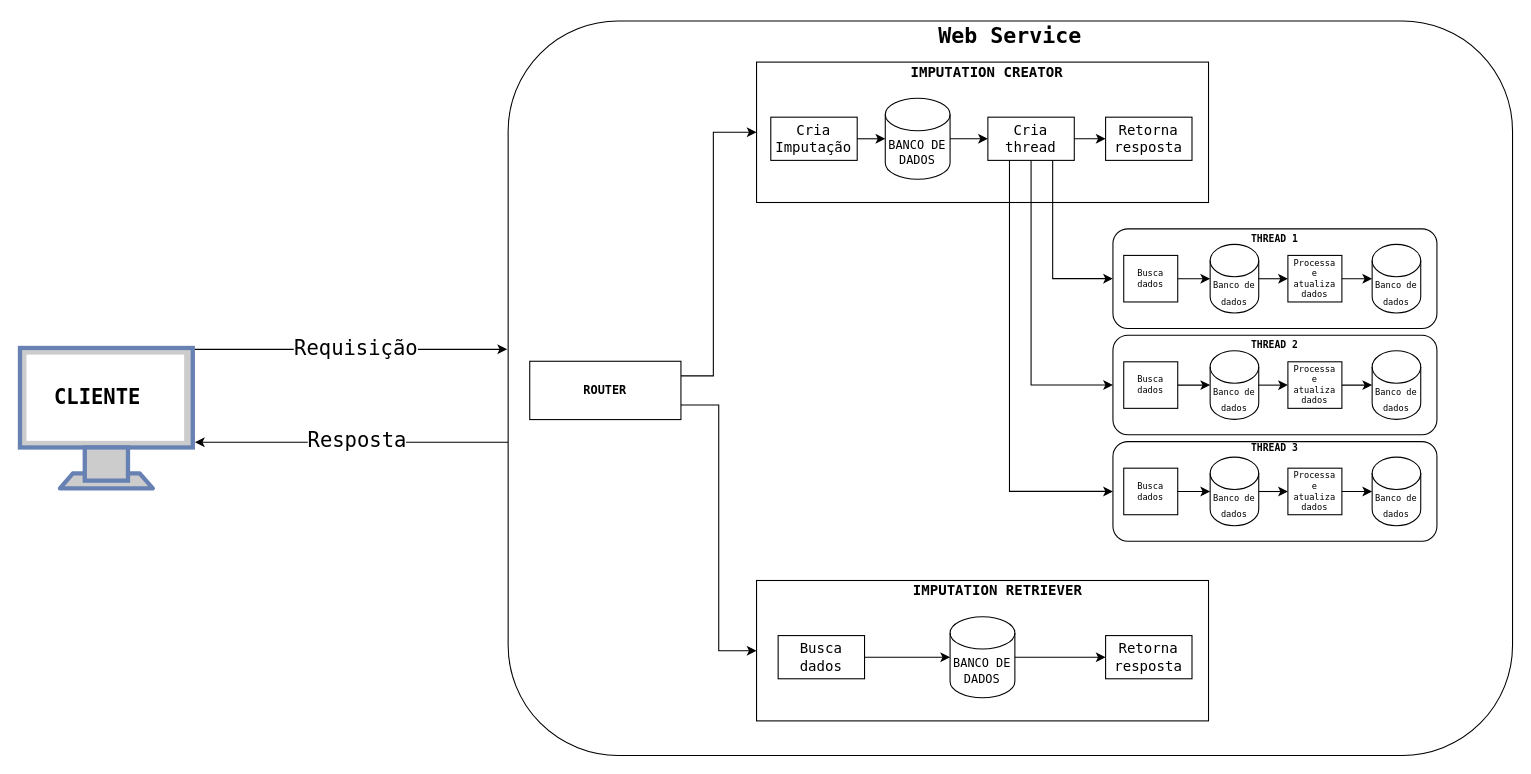
This is images/Architecture.drawio from j-abreu/imputation-web-service, a draw.io file, before an edit. Source tidied: cells renumbered, new cells numbered last; positions are measured from the earlier drawing's top-left corner, leaving out a move shared by most shapes. Both pictures are drawn from the tidied source at 108%, with x=0, y=0 at pixel (19, 18).
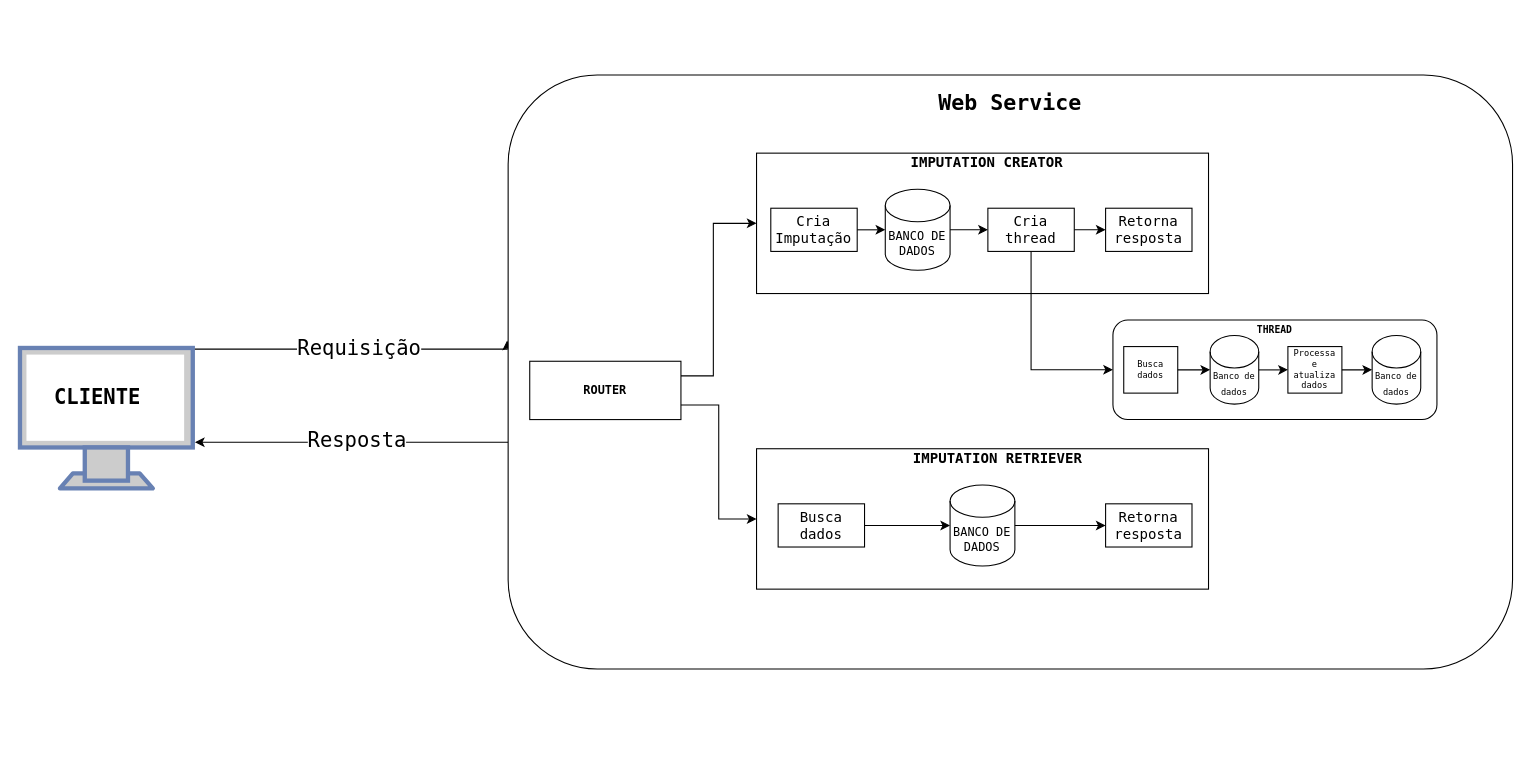
The same diagram, later.

Unchanged cells that the change refers to:
```xml
<mxCell id="11" style="rounded=0;whiteSpace=wrap;html=1;fontFamily=Lucida Console;" parent="10" vertex="1">
  <mxGeometry y="4" width="418.5" height="130" as="geometry" />
</mxCell>
<mxCell id="16" value="Cria thread" style="rounded=0;whiteSpace=wrap;html=1;fontFamily=Lucida Console;fontSize=13;" parent="10" vertex="1">
  <mxGeometry x="214.2" y="55" width="80" height="40" as="geometry" />
</mxCell>
<mxCell id="21" style="rounded=1;whiteSpace=wrap;html=1;fontFamily=Lucida Console;fontSize=12;" parent="20" vertex="1">
  <mxGeometry width="300" height="92.2" as="geometry" />
</mxCell>
<mxCell id="51" value="ROUTER" style="rounded=0;whiteSpace=wrap;html=1;fontFamily=Lucida Console;fontSize=11;fontStyle=1;" parent="1" vertex="1">
  <mxGeometry x="472" y="317" width="140" height="54" as="geometry" />
</mxCell>
```

Diff of the diagram source:
```diff
@@
     <mxCell id="8" style="rounded=1;whiteSpace=wrap;html=1;" parent="1" vertex="1">
-      <mxGeometry x="452" y="2" width="930" height="680" as="geometry" />
+      <mxGeometry x="452" y="52" width="930" height="550" as="geometry" />
     </mxCell>
     <mxCell id="9" value="Web Service" style="text;html=1;strokeColor=none;fillColor=none;align=center;verticalAlign=middle;whiteSpace=wrap;rounded=0;fontFamily=Lucida Console;fontSize=20;fontStyle=1;" parent="1" vertex="1">
-      <mxGeometry x="847" width="140" height="30" as="geometry" />
+      <mxGeometry x="847" y="62" width="140" height="30" as="geometry" />
     </mxCell>
     <mxCell id="10" style="group;fontFamily=Lucida Console;" parent="1" vertex="1">
-      <mxGeometry x="682" y="36" width="418.5" height="134" as="geometry" />
+      <mxGeometry x="682" y="120.3" width="418.5" height="134" as="geometry" />
     </mxCell>
@@
     <mxCell id="20" style="group;fontSize=14;fontFamily=Lucida Console;" parent="1" vertex="1">
-      <mxGeometry x="1012" y="194.4" width="300" height="92.2" as="geometry" />
+      <mxGeometry x="1012" y="278.8" width="300" height="92.2" as="geometry" />
     </mxCell>
@@
-    <mxCell id="29" value="THREAD 1" style="text;html=1;strokeColor=none;fillColor=none;align=center;verticalAlign=middle;whiteSpace=wrap;rounded=0;fontFamily=Lucida Console;fontSize=9;fontStyle=1;" parent="20" vertex="1">
+    <mxCell id="29" value="THREAD" style="text;html=1;strokeColor=none;fillColor=none;align=center;verticalAlign=middle;whiteSpace=wrap;rounded=0;fontFamily=Lucida Console;fontSize=9;fontStyle=1;" parent="20" vertex="1">
       <mxGeometry x="120" y="-5.4" width="60" height="30" as="geometry" />
     </mxCell>
-    <mxCell id="30" style="group;fontFamily=Lucida Console;fontStyle=1;" parent="1" vertex="1">
-      <mxGeometry x="1012" y="292.9" width="300" height="92.2" as="geometry" />
-    </mxCell>
-    <mxCell id="31" style="rounded=1;whiteSpace=wrap;html=1;fontFamily=Lucida Console;fontSize=12;" parent="30" vertex="1">
-      <mxGeometry width="300" height="92.2" as="geometry" />
-    </mxCell>
-    <mxCell id="32" value="Busca dados" style="rounded=0;whiteSpace=wrap;html=1;fontFamily=Lucida Console;fontSize=8;" parent="30" vertex="1">
-      <mxGeometry x="10" y="24.6" width="50" height="43.1" as="geometry" />
-    </mxCell>
-    <mxCell id="33" value="&lt;font style=&quot;font-size: 8px;&quot;&gt;Banco de dados&lt;/font&gt;" style="shape=cylinder3;whiteSpace=wrap;html=1;boundedLbl=1;backgroundOutline=1;size=15;fontFamily=Lucida Console;fontSize=12;" parent="30" vertex="1">
-      <mxGeometry x="90" y="14.4" width="45" height="63.5" as="geometry" />
-    </mxCell>
-    <mxCell id="34" style="edgeStyle=orthogonalEdgeStyle;rounded=0;jettySize=auto;html=1;entryX=0;entryY=0.5;entryDx=0;entryDy=0;entryPerimeter=0;fontFamily=Lucida Console;fontSize=8;" parent="30" edge="1" source="32" target="33">
-      <mxGeometry relative="1" as="geometry" />
-    </mxCell>
-    <mxCell id="35" value="Processa e atualiza dados" style="rounded=0;whiteSpace=wrap;html=1;fontFamily=Lucida Console;fontSize=8;" parent="30" vertex="1">
-      <mxGeometry x="162" y="24.6" width="50" height="43.1" as="geometry" />
-    </mxCell>
-    <mxCell id="36" style="edgeStyle=orthogonalEdgeStyle;rounded=0;jettySize=auto;html=1;entryX=0;entryY=0.5;entryDx=0;entryDy=0;fontFamily=Lucida Console;fontSize=8;" parent="30" edge="1" source="33" target="35">
-      <mxGeometry relative="1" as="geometry" />
-    </mxCell>
-    <mxCell id="37" value="&lt;font style=&quot;font-size: 8px;&quot;&gt;Banco de dados&lt;/font&gt;" style="shape=cylinder3;whiteSpace=wrap;html=1;boundedLbl=1;backgroundOutline=1;size=15;fontFamily=Lucida Console;fontSize=12;" parent="30" vertex="1">
-      <mxGeometry x="240" y="14.4" width="45" height="63.5" as="geometry" />
-    </mxCell>
-    <mxCell id="38" style="edgeStyle=orthogonalEdgeStyle;rounded=0;jettySize=auto;html=1;entryX=0;entryY=0.5;entryDx=0;entryDy=0;entryPerimeter=0;fontFamily=Lucida Console;fontSize=8;" parent="30" edge="1" source="35" target="37">
-      <mxGeometry relative="1" as="geometry" />
-    </mxCell>
-    <mxCell id="39" value="THREAD 2" style="text;html=1;strokeColor=none;fillColor=none;align=center;verticalAlign=middle;whiteSpace=wrap;rounded=0;fontFamily=Lucida Console;fontSize=9;fontStyle=1;" parent="30" vertex="1">
-      <mxGeometry x="120" y="-5.6" width="60" height="30" as="geometry" />
-    </mxCell>
-    <mxCell id="40" style="group;fontFamily=Lucida Console;fontStyle=1;" parent="1" vertex="1">
-      <mxGeometry x="1012" y="391.4" width="300" height="92.2" as="geometry" />
-    </mxCell>
-    <mxCell id="41" style="rounded=1;whiteSpace=wrap;html=1;fontFamily=Lucida Console;fontSize=12;" parent="40" vertex="1">
-      <mxGeometry width="300" height="92.2" as="geometry" />
-    </mxCell>
-    <mxCell id="42" value="Busca dados" style="rounded=0;whiteSpace=wrap;html=1;fontFamily=Lucida Console;fontSize=8;" parent="40" vertex="1">
-      <mxGeometry x="10" y="24.6" width="50" height="43.1" as="geometry" />
-    </mxCell>
-    <mxCell id="43" value="&lt;font style=&quot;font-size: 8px;&quot;&gt;Banco de dados&lt;/font&gt;" style="shape=cylinder3;whiteSpace=wrap;html=1;boundedLbl=1;backgroundOutline=1;size=15;fontFamily=Lucida Console;fontSize=12;" parent="40" vertex="1">
-      <mxGeometry x="90" y="14.4" width="45" height="63.5" as="geometry" />
-    </mxCell>
-    <mxCell id="44" style="edgeStyle=orthogonalEdgeStyle;rounded=0;jettySize=auto;html=1;entryX=0;entryY=0.5;entryDx=0;entryDy=0;entryPerimeter=0;fontFamily=Lucida Console;fontSize=8;" parent="40" edge="1" source="42" target="43">
-      <mxGeometry relative="1" as="geometry" />
-    </mxCell>
-    <mxCell id="45" value="Processa e atualiza dados" style="rounded=0;whiteSpace=wrap;html=1;fontFamily=Lucida Console;fontSize=8;" parent="40" vertex="1">
-      <mxGeometry x="162" y="24.6" width="50" height="43.1" as="geometry" />
-    </mxCell>
-    <mxCell id="46" style="edgeStyle=orthogonalEdgeStyle;rounded=0;jettySize=auto;html=1;entryX=0;entryY=0.5;entryDx=0;entryDy=0;fontFamily=Lucida Console;fontSize=8;" parent="40" edge="1" source="43" target="45">
-      <mxGeometry relative="1" as="geometry" />
-    </mxCell>
-    <mxCell id="47" value="&lt;font style=&quot;font-size: 8px;&quot;&gt;Banco de dados&lt;/font&gt;" style="shape=cylinder3;whiteSpace=wrap;html=1;boundedLbl=1;backgroundOutline=1;size=15;fontFamily=Lucida Console;fontSize=12;" parent="40" vertex="1">
-      <mxGeometry x="240" y="14.4" width="45" height="63.5" as="geometry" />
-    </mxCell>
-    <mxCell id="48" style="edgeStyle=orthogonalEdgeStyle;rounded=0;jettySize=auto;html=1;entryX=0;entryY=0.5;entryDx=0;entryDy=0;entryPerimeter=0;fontFamily=Lucida Console;fontSize=8;" parent="40" edge="1" source="45" target="47">
-      <mxGeometry relative="1" as="geometry" />
-    </mxCell>
-    <mxCell id="49" value="THREAD 3" style="text;html=1;strokeColor=none;fillColor=none;align=center;verticalAlign=middle;whiteSpace=wrap;rounded=0;fontFamily=Lucida Console;fontSize=9;fontStyle=1;" parent="40" vertex="1">
-      <mxGeometry x="120" y="-8.6" width="60" height="30" as="geometry" />
-    </mxCell>
     <mxCell id="50" style="edgeStyle=orthogonalEdgeStyle;rounded=0;jettySize=auto;html=1;exitX=1;exitY=0.25;exitDx=0;exitDy=0;entryX=0;entryY=0.5;entryDx=0;entryDy=0;fontFamily=Lucida Console;fontSize=11;" parent="1" edge="1" source="51" target="11">
       <mxGeometry relative="1" as="geometry">
         <Array as="points">
-          <mxPoint x="642" y="330" />
-          <mxPoint x="642" y="105" />
+          <mxPoint x="642" y="331" />
+          <mxPoint x="642" y="189" />
         </Array>
       </mxGeometry>
     </mxCell>
@@
     <mxCell id="52" style="group;fontFamily=Lucida Console;" parent="1" vertex="1">
-      <mxGeometry x="682" y="516" width="418.5" height="134" as="geometry" />
+      <mxGeometry x="682" y="394" width="418.5" height="134" as="geometry" />
     </mxCell>
@@
-    <mxCell id="60" style="edgeStyle=orthogonalEdgeStyle;rounded=0;jettySize=auto;html=1;exitX=0.75;exitY=1;exitDx=0;exitDy=0;entryX=0;entryY=0.5;entryDx=0;entryDy=0;fontFamily=Lucida Console;fontSize=11;" parent="1" edge="1" source="16" target="21">
+    <mxCell id="60" style="edgeStyle=orthogonalEdgeStyle;rounded=0;jettySize=auto;html=1;exitX=0.5;exitY=1;exitDx=0;exitDy=0;entryX=0;entryY=0.5;entryDx=0;entryDy=0;fontFamily=Lucida Console;fontSize=11;" parent="1" edge="1" source="16" target="21">
       <mxGeometry relative="1" as="geometry" />
     </mxCell>
-    <mxCell id="61" style="edgeStyle=orthogonalEdgeStyle;rounded=0;jettySize=auto;html=1;exitX=0.5;exitY=1;exitDx=0;exitDy=0;entryX=0;entryY=0.5;entryDx=0;entryDy=0;fontFamily=Lucida Console;fontSize=11;" parent="1" edge="1" source="16" target="31">
-      <mxGeometry relative="1" as="geometry" />
-    </mxCell>
@@
-    <mxCell id="63" style="edgeStyle=orthogonalEdgeStyle;rounded=0;jettySize=auto;html=1;exitX=0.25;exitY=1;exitDx=0;exitDy=0;entryX=0;entryY=0.5;entryDx=0;entryDy=0;fontFamily=Lucida Console;fontSize=11;" parent="1" edge="1" source="16" target="41">
-      <mxGeometry relative="1" as="geometry" />
-    </mxCell>
```
